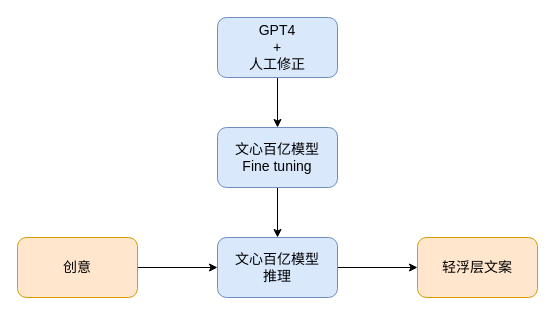
weidong-su/learngit keeps this draw.io diagram as 未命名绘图.drawio. Above is the earlier version. Source tidied: cells renumbered, new cells numbered last; positions are measured from the earlier drawing's top-left corner, leaving out a move shared by most shapes. Both pictures are drawn from the tidied source at 100%, with x=0, y=0 at pixel (17, 17).
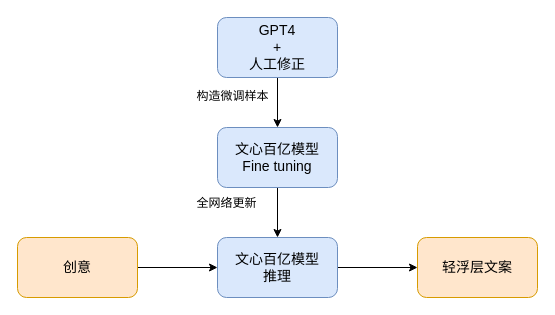
The same page after the edit.

Commit message (it also covers changes not shown here):
更新未命名绘图.drawio

What changed in the source:
```diff
@@
 <mxGraphModel>
   <root>
     <mxCell id="0" />
     <mxCell id="1" parent="0" />
     <mxCell id="2" style="edgeStyle=orthogonalEdgeStyle;rounded=0;jettySize=auto;html=1;" parent="1" edge="1" source="3" target="5">
       <mxGeometry relative="1" as="geometry" />
     </mxCell>
     <mxCell id="3" value="&lt;font style=&quot;font-size: 14px;&quot;&gt;创意&lt;/font&gt;" style="rounded=1;whiteSpace=wrap;html=1;fillColor=#ffe6cc;strokeColor=#d79b00;" parent="1" vertex="1">
       <mxGeometry y="220" width="120" height="60" as="geometry" />
     </mxCell>
     <mxCell id="4" style="edgeStyle=orthogonalEdgeStyle;rounded=0;jettySize=auto;html=1;" parent="1" edge="1" source="5" target="10">
       <mxGeometry relative="1" as="geometry" />
     </mxCell>
     <mxCell id="5" value="&lt;span style=&quot;font-size: 14px;&quot;&gt;文心百亿模型&lt;br&gt;推理&lt;/span&gt;" style="rounded=1;whiteSpace=wrap;html=1;fillColor=#dae8fc;strokeColor=#6c8ebf;" parent="1" vertex="1">
       <mxGeometry x="200" y="220" width="120" height="60" as="geometry" />
     </mxCell>
     <mxCell id="6" style="edgeStyle=orthogonalEdgeStyle;rounded=0;jettySize=auto;html=1;" parent="1" edge="1" source="7" target="9">
       <mxGeometry relative="1" as="geometry" />
     </mxCell>
     <mxCell id="7" value="&lt;font style=&quot;font-size: 14px;&quot;&gt;GPT4&lt;br&gt;+&lt;br&gt;人工修正&lt;/font&gt;" style="rounded=1;whiteSpace=wrap;html=1;fillColor=#dae8fc;strokeColor=#6c8ebf;" parent="1" vertex="1">
       <mxGeometry x="200" width="120" height="60" as="geometry" />
     </mxCell>
     <mxCell id="8" style="edgeStyle=orthogonalEdgeStyle;rounded=0;jettySize=auto;html=1;" parent="1" edge="1" source="9" target="5">
       <mxGeometry relative="1" as="geometry" />
     </mxCell>
     <mxCell id="9" value="&lt;span style=&quot;font-size: 14px;&quot;&gt;文心百亿模型&lt;br&gt;Fine tuning&lt;br&gt;&lt;/span&gt;" style="rounded=1;whiteSpace=wrap;html=1;fillColor=#dae8fc;strokeColor=#6c8ebf;" parent="1" vertex="1">
       <mxGeometry x="200" y="110" width="120" height="60" as="geometry" />
     </mxCell>
     <mxCell id="10" value="&lt;span style=&quot;font-size: 14px;&quot;&gt;轻浮层文案&lt;/span&gt;" style="rounded=1;whiteSpace=wrap;html=1;fillColor=#ffe6cc;strokeColor=#d79b00;" parent="1" vertex="1">
       <mxGeometry x="400" y="220" width="120" height="60" as="geometry" />
     </mxCell>
+    <mxCell id="11" value="构造微调样本&lt;br&gt;" style="text;html=1;align=center;verticalAlign=middle;strokeColor=none;fillColor=none;" parent="1" vertex="1">
+      <mxGeometry x="170" y="66" width="90" height="26" as="geometry" />
+    </mxCell>
+    <mxCell id="12" value="全网络更新&lt;br&gt;" style="text;html=1;align=center;verticalAlign=middle;strokeColor=none;fillColor=none;" parent="1" vertex="1">
+      <mxGeometry x="170" y="173" width="78" height="26" as="geometry" />
+    </mxCell>
   </root>
 </mxGraphModel>
```
